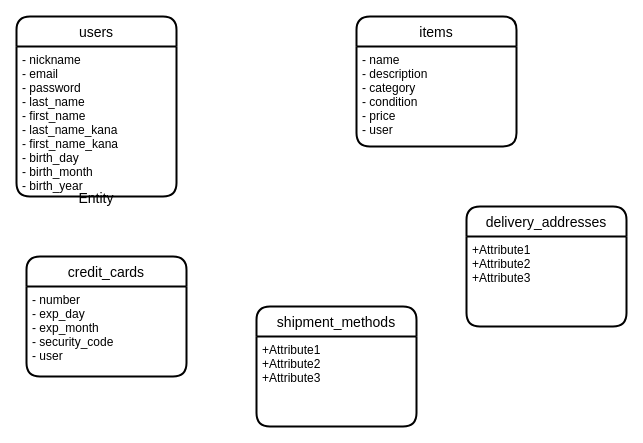
Above: furima.dio in niwamei/furima-34305 (draw.io), before the change. Source tidied: cells renumbered, new cells numbered last; positions are measured from the earlier drawing's top-left corner, leaving out a move shared by most shapes. Both pictures are drawn from the tidied source at 100%, with x=0, y=0 at pixel (16, 16).
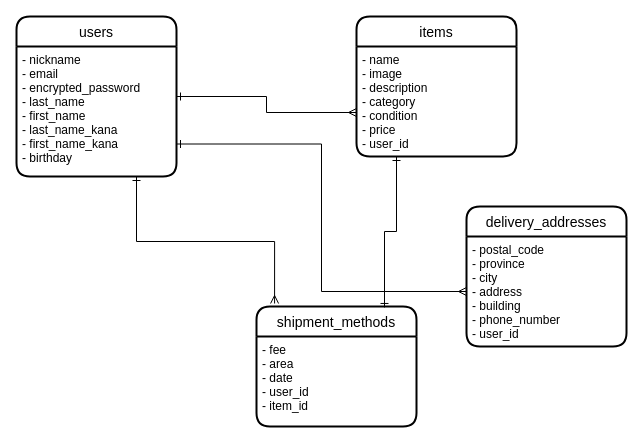
After the change.

Commit message (it also covers changes not shown here):
データベース設計の修正１

Change to the diagram source:
```diff
@@
 <mxGraphModel>
   <root>
     <mxCell id="0" />
     <mxCell id="1" parent="0" />
+    <mxCell id="13" style="edgeStyle=orthogonalEdgeStyle;rounded=0;jettySize=auto;html=1;entryX=0;entryY=0.6;entryDx=0;entryDy=0;entryPerimeter=0;endArrow=ERmany;endFill=0;startArrow=ERone;startFill=0;" parent="1" edge="1" source="2" target="6">
+      <mxGeometry relative="1" as="geometry" />
+    </mxCell>
     <mxCell id="2" value="users" style="swimlane;horizontal=1;startSize=30;rounded=1;fontSize=14;fontStyle=0;strokeWidth=2;shadow=0;dashed=0;align=center;" parent="1" vertex="1">
-      <mxGeometry width="160" height="180" as="geometry" />
+      <mxGeometry width="160" height="160" as="geometry" />
     </mxCell>
-    <mxCell id="3" value="- nickname&#10;- email&#10;- password&#10;- last_name&#10;- first_name&#10;- last_name_kana&#10;- first_name_kana&#10;- birth_day&#10;- birth_month&#10;- birth_year" style="align=left;strokeColor=none;fillColor=none;spacingLeft=4;fontSize=12;verticalAlign=top;" parent="2" vertex="1">
-      <mxGeometry y="30" width="160" height="150" as="geometry" />
+    <mxCell id="3" value="- nickname&#10;- email&#10;- encrypted_password&#10;- last_name&#10;- first_name&#10;- last_name_kana&#10;- first_name_kana&#10;- birthday" style="align=left;strokeColor=none;fillColor=none;spacingLeft=4;fontSize=12;verticalAlign=top;" parent="2" vertex="1">
+      <mxGeometry y="30" width="160" height="130" as="geometry" />
     </mxCell>
-    <mxCell id="4" value="Entity" style="swimlane;horizontal=1;startSize=30;rounded=1;fontSize=14;fontStyle=0;strokeWidth=2;shadow=0;dashed=0;align=center;" parent="2" vertex="1">
-      <mxGeometry y="180" width="160" as="geometry" />
-    </mxCell>
+    <mxCell id="14" style="edgeStyle=orthogonalEdgeStyle;rounded=0;orthogonalLoop=1;jettySize=auto;html=1;exitX=0.5;exitY=1;exitDx=0;exitDy=0;endArrow=ERmany;endFill=0;" parent="2" edge="1" source="3" target="3">
+      <mxGeometry relative="1" as="geometry" />
+    </mxCell>
     <mxCell id="5" value="items" style="swimlane;horizontal=1;startSize=30;rounded=1;fontSize=14;fontStyle=0;strokeWidth=2;shadow=0;dashed=0;align=center;" parent="1" vertex="1">
-      <mxGeometry x="340" width="160" height="130" as="geometry" />
+      <mxGeometry x="340" width="160" height="140" as="geometry" />
     </mxCell>
-    <mxCell id="6" value="- name&#10;- description&#10;- category&#10;- condition&#10;- price&#10;- user" style="align=left;strokeColor=none;fillColor=none;spacingLeft=4;fontSize=12;verticalAlign=top;" parent="5" vertex="1">
-      <mxGeometry y="30" width="160" height="100" as="geometry" />
+    <mxCell id="6" value="- name&#10;- image&#10;- description&#10;- category&#10;- condition&#10;- price&#10;- user_id" style="align=left;strokeColor=none;fillColor=none;spacingLeft=4;fontSize=12;verticalAlign=top;" parent="5" vertex="1">
+      <mxGeometry y="30" width="160" height="110" as="geometry" />
     </mxCell>
-    <mxCell id="7" value="credit_cards" style="swimlane;horizontal=1;startSize=30;rounded=1;fontSize=14;fontStyle=0;strokeWidth=2;shadow=0;dashed=0;align=center;" parent="1" vertex="1">
-      <mxGeometry x="10" y="240" width="160" height="120" as="geometry" />
-    </mxCell>
-    <mxCell id="8" value="- number&#10;- exp_day&#10;- exp_month&#10;- security_code&#10;- user" style="align=left;strokeColor=none;fillColor=none;spacingLeft=4;fontSize=12;verticalAlign=top;" parent="7" vertex="1">
-      <mxGeometry y="30" width="160" height="90" as="geometry" />
-    </mxCell>
     <mxCell id="9" value="delivery_addresses" style="swimlane;horizontal=1;startSize=30;rounded=1;fontSize=14;fontStyle=0;strokeWidth=2;shadow=0;dashed=0;align=center;" parent="1" vertex="1">
-      <mxGeometry x="450" y="190" width="160" height="120" as="geometry" />
+      <mxGeometry x="450" y="190" width="160" height="140" as="geometry" />
     </mxCell>
-    <mxCell id="10" value="+Attribute1&#10;+Attribute2&#10;+Attribute3" style="align=left;strokeColor=none;fillColor=none;spacingLeft=4;fontSize=12;verticalAlign=top;" parent="9" vertex="1">
-      <mxGeometry y="30" width="160" height="90" as="geometry" />
+    <mxCell id="10" value="- postal_code&#10;- province&#10;- city&#10;- address&#10;- building&#10;- phone_number&#10;- user_id" style="align=left;strokeColor=none;fillColor=none;spacingLeft=4;fontSize=12;verticalAlign=top;" parent="9" vertex="1">
+      <mxGeometry y="30" width="160" height="110" as="geometry" />
     </mxCell>
     <mxCell id="11" value="shipment_methods" style="swimlane;horizontal=1;startSize=30;rounded=1;fontSize=14;fontStyle=0;strokeWidth=2;shadow=0;dashed=0;align=center;" parent="1" vertex="1">
       <mxGeometry x="240" y="290" width="160" height="120" as="geometry" />
     </mxCell>
-    <mxCell id="12" value="+Attribute1&#10;+Attribute2&#10;+Attribute3" style="align=left;strokeColor=none;fillColor=none;spacingLeft=4;fontSize=12;verticalAlign=top;" parent="11" vertex="1">
+    <mxCell id="12" value="- fee&#10;- area&#10;- date&#10;- user_id&#10;- item_id" style="align=left;strokeColor=none;fillColor=none;spacingLeft=4;fontSize=12;verticalAlign=top;" parent="11" vertex="1">
       <mxGeometry y="30" width="160" height="90" as="geometry" />
     </mxCell>
+    <mxCell id="15" style="edgeStyle=orthogonalEdgeStyle;rounded=0;jettySize=auto;html=1;exitX=0.25;exitY=1;exitDx=0;exitDy=0;entryX=0.8;entryY=0.008;entryDx=0;entryDy=0;entryPerimeter=0;endArrow=ERone;endFill=0;startArrow=ERone;startFill=0;" parent="1" edge="1" source="6" target="11">
+      <mxGeometry relative="1" as="geometry" />
+    </mxCell>
+    <mxCell id="16" style="edgeStyle=orthogonalEdgeStyle;rounded=0;jettySize=auto;html=1;exitX=1;exitY=0.75;exitDx=0;exitDy=0;entryX=0;entryY=0.5;entryDx=0;entryDy=0;startArrow=ERone;startFill=0;endArrow=ERmany;endFill=0;" parent="1" edge="1" source="3" target="10">
+      <mxGeometry relative="1" as="geometry" />
+    </mxCell>
+    <mxCell id="17" style="edgeStyle=orthogonalEdgeStyle;rounded=0;jettySize=auto;html=1;exitX=0.75;exitY=1;exitDx=0;exitDy=0;entryX=0.113;entryY=-0.025;entryDx=0;entryDy=0;entryPerimeter=0;startArrow=ERone;startFill=0;endArrow=ERmany;endFill=0;" parent="1" edge="1" source="3" target="11">
+      <mxGeometry relative="1" as="geometry" />
+    </mxCell>
   </root>
 </mxGraphModel>
```
